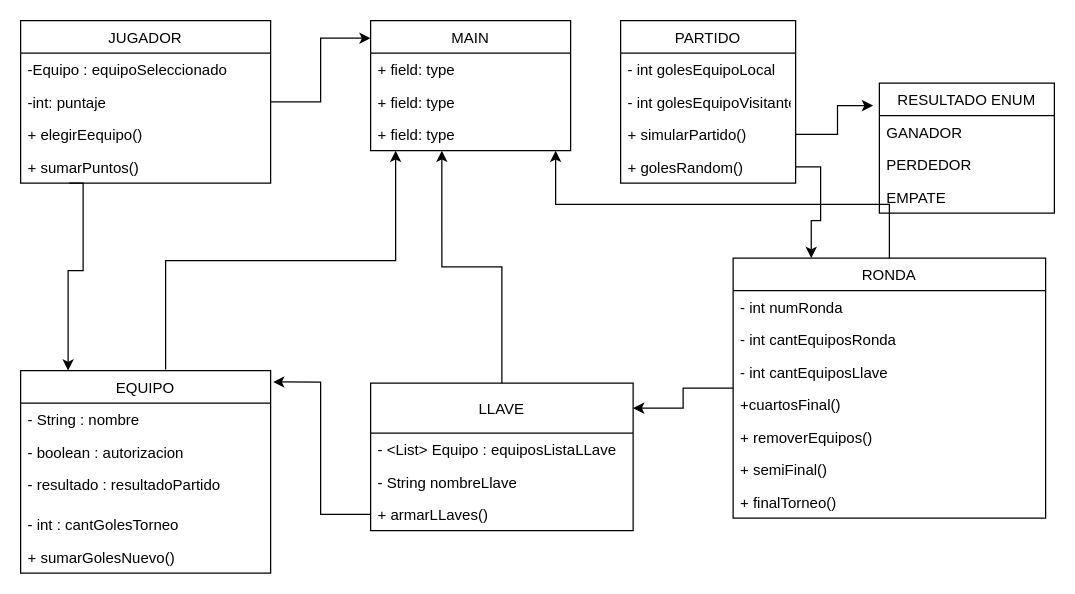
Before: utn integrador/utnIntegrador.drawio in Aubar48/proyectoIntegradorUtn, a draw.io diagram. Source tidied: cells renumbered, new cells numbered last; positions are measured from the earlier drawing's top-left corner, leaving out a move shared by most shapes. Both pictures are drawn from the tidied source at 125%, with x=0, y=0 at pixel (20, 20).
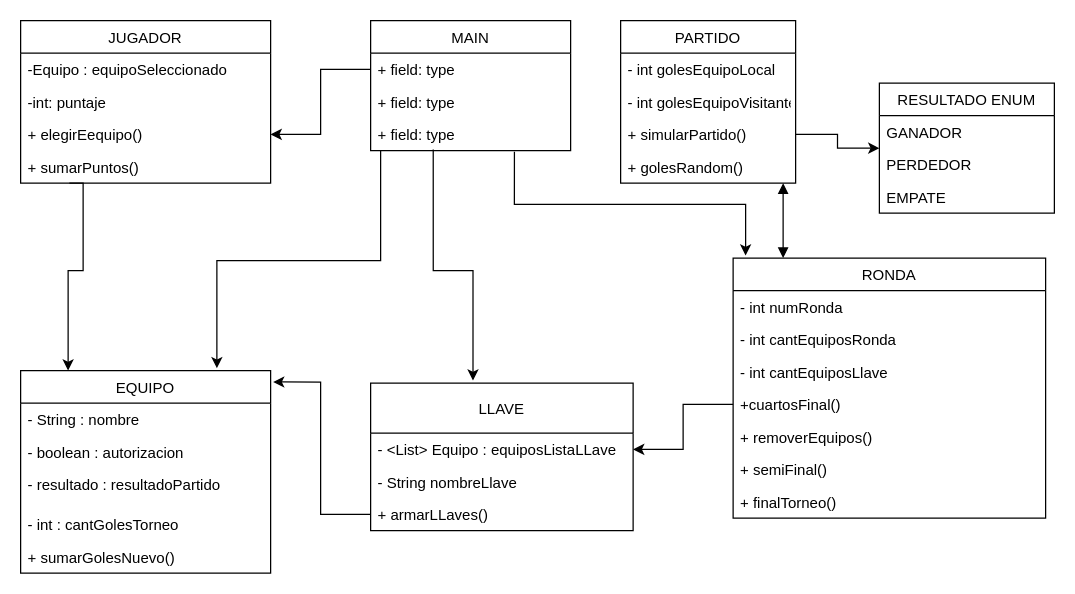
Above is the later version.

The change refers to these unchanged cells:
```xml
<mxCell id="5" value="+ simularPartido()" style="text;strokeColor=none;fillColor=none;align=left;verticalAlign=top;spacingLeft=4;spacingRight=4;overflow=hidden;points=[[0,0.5],[1,0.5]];portConstraint=eastwest;" parent="2" vertex="1">
  <mxGeometry y="78" width="140" height="26" as="geometry" />
</mxCell>
<mxCell id="6" value="+ golesRandom()" style="text;strokeColor=none;fillColor=none;align=left;verticalAlign=top;spacingLeft=4;spacingRight=4;overflow=hidden;points=[[0,0.5],[1,0.5]];portConstraint=eastwest;" parent="2" vertex="1">
  <mxGeometry y="104" width="140" height="26" as="geometry" />
</mxCell>
<mxCell id="7" value="MAIN" style="swimlane;fontStyle=0;horizontal=1;startSize=26;fillColor=none;" parent="1" vertex="1">
  <mxGeometry x="280" width="160" height="104" as="geometry" />
</mxCell>
<mxCell id="8" value="+ field: type" style="text;strokeColor=none;fillColor=none;align=left;verticalAlign=top;spacingLeft=4;spacingRight=4;overflow=hidden;points=[[0,0.5],[1,0.5]];portConstraint=eastwest;" parent="7" vertex="1">
  <mxGeometry y="26" width="160" height="26" as="geometry" />
</mxCell>
<mxCell id="10" value="+ field: type" style="text;strokeColor=none;fillColor=none;align=left;verticalAlign=top;spacingLeft=4;spacingRight=4;overflow=hidden;points=[[0,0.5],[1,0.5]];portConstraint=eastwest;" parent="7" vertex="1">
  <mxGeometry y="78" width="160" height="26" as="geometry" />
</mxCell>
<mxCell id="12" value="LLAVE" style="swimlane;fontStyle=0;horizontal=1;startSize=40;fillColor=none;" parent="1" vertex="1">
  <mxGeometry x="280" y="290" width="210" height="118" as="geometry" />
</mxCell>
<mxCell id="13" value="- &lt;List&gt; Equipo : equiposListaLLave" style="text;strokeColor=none;fillColor=none;align=left;verticalAlign=top;spacingLeft=4;spacingRight=4;overflow=hidden;points=[[0,0.5],[1,0.5]];portConstraint=eastwest;" parent="12" vertex="1">
  <mxGeometry y="40" width="210" height="26" as="geometry" />
</mxCell>
<mxCell id="18" value="RONDA" style="swimlane;fontStyle=0;horizontal=1;startSize=26;fillColor=none;" parent="1" vertex="1">
  <mxGeometry x="570" y="190" width="250" height="208" as="geometry" />
</mxCell>
<mxCell id="22" value="+cuartosFinal()" style="text;strokeColor=none;fillColor=none;align=left;verticalAlign=top;spacingLeft=4;spacingRight=4;overflow=hidden;points=[[0,0.5],[1,0.5]];portConstraint=eastwest;" parent="18" vertex="1">
  <mxGeometry y="104" width="250" height="26" as="geometry" />
</mxCell>
<mxCell id="26" value="RESULTADO ENUM" style="swimlane;fontStyle=0;horizontal=1;startSize=26;fillColor=none;" parent="1" vertex="1">
  <mxGeometry x="687" y="50" width="140" height="104" as="geometry" />
</mxCell>
<mxCell id="32" value="-int: puntaje" style="text;strokeColor=none;fillColor=none;align=left;verticalAlign=top;spacingLeft=4;spacingRight=4;overflow=hidden;points=[[0,0.5],[1,0.5]];portConstraint=eastwest;" parent="30" vertex="1">
  <mxGeometry y="52" width="200" height="26" as="geometry" />
</mxCell>
<mxCell id="33" value="+ elegirEequipo()" style="text;strokeColor=none;fillColor=none;align=left;verticalAlign=top;spacingLeft=4;spacingRight=4;overflow=hidden;points=[[0,0.5],[1,0.5]];portConstraint=eastwest;" parent="30" vertex="1">
  <mxGeometry y="78" width="200" height="26" as="geometry" />
</mxCell>
<mxCell id="36" value="EQUIPO" style="swimlane;fontStyle=0;horizontal=1;startSize=26;fillColor=none;" parent="1" vertex="1">
  <mxGeometry y="280" width="200" height="162" as="geometry" />
</mxCell>
```

Change to the diagram source:
```diff
@@
+    <mxCell id="47" style="edgeStyle=orthogonalEdgeStyle;rounded=0;jettySize=auto;html=1;entryX=0.785;entryY=-0.012;entryDx=0;entryDy=0;entryPerimeter=0;exitX=0.05;exitY=1;exitDx=0;exitDy=0;exitPerimeter=0;" parent="1" edge="1" source="10" target="36">
+      <mxGeometry relative="1" as="geometry" />
+    </mxCell>
@@
-    <mxCell id="11" style="edgeStyle=orthogonalEdgeStyle;rounded=0;jettySize=auto;html=1;entryX=0.356;entryY=1;entryDx=0;entryDy=0;entryPerimeter=0;" parent="1" edge="1" source="12" target="10">
-      <mxGeometry relative="1" as="geometry" />
-    </mxCell>
@@
-    <mxCell id="16" style="edgeStyle=orthogonalEdgeStyle;rounded=0;jettySize=auto;html=1;entryX=0.925;entryY=1;entryDx=0;entryDy=0;entryPerimeter=0;" parent="1" edge="1" source="18" target="10">
-      <mxGeometry relative="1" as="geometry" />
-    </mxCell>
-    <mxCell id="17" style="edgeStyle=orthogonalEdgeStyle;rounded=0;jettySize=auto;html=1;" parent="1" edge="1" source="18" target="12">
-      <mxGeometry relative="1" as="geometry">
-        <Array as="points">
-          <mxPoint x="530" y="294" />
-          <mxPoint x="530" y="310" />
-        </Array>
-      </mxGeometry>
-    </mxCell>
@@
-    <mxCell id="35" style="edgeStyle=orthogonalEdgeStyle;rounded=0;jettySize=auto;html=1;entryX=0.125;entryY=1;entryDx=0;entryDy=0;entryPerimeter=0;exitX=0.58;exitY=-0.006;exitDx=0;exitDy=0;exitPerimeter=0;" parent="1" edge="1" source="36" target="10">
-      <mxGeometry relative="1" as="geometry" />
-    </mxCell>
@@
-    <mxCell id="42" style="edgeStyle=orthogonalEdgeStyle;rounded=0;jettySize=auto;html=1;entryX=0;entryY=0.135;entryDx=0;entryDy=0;entryPerimeter=0;" parent="1" edge="1" source="32" target="7">
-      <mxGeometry relative="1" as="geometry" />
-    </mxCell>
@@
-    <mxCell id="44" style="edgeStyle=orthogonalEdgeStyle;rounded=0;jettySize=auto;html=1;entryX=-0.036;entryY=0.173;entryDx=0;entryDy=0;entryPerimeter=0;" parent="1" edge="1" source="5" target="26">
+    <mxCell id="44" style="edgeStyle=orthogonalEdgeStyle;rounded=0;jettySize=auto;html=1;" parent="1" edge="1" source="5" target="26">
       <mxGeometry relative="1" as="geometry" />
     </mxCell>
@@
-    <mxCell id="46" style="edgeStyle=orthogonalEdgeStyle;rounded=0;jettySize=auto;html=1;entryX=0.25;entryY=0;entryDx=0;entryDy=0;" parent="1" edge="1" source="6" target="18">
-      <mxGeometry relative="1" as="geometry" />
-    </mxCell>
+    <mxCell id="48" style="edgeStyle=orthogonalEdgeStyle;rounded=0;jettySize=auto;html=1;" parent="1" edge="1" source="22" target="13">
+      <mxGeometry relative="1" as="geometry" />
+    </mxCell>
+    <mxCell id="49" style="edgeStyle=orthogonalEdgeStyle;rounded=0;jettySize=auto;html=1;" parent="1" edge="1" source="8" target="33">
+      <mxGeometry relative="1" as="geometry" />
+    </mxCell>
+    <mxCell id="50" style="edgeStyle=orthogonalEdgeStyle;rounded=0;jettySize=auto;html=1;entryX=0.04;entryY=-0.01;entryDx=0;entryDy=0;entryPerimeter=0;exitX=0.719;exitY=1.038;exitDx=0;exitDy=0;exitPerimeter=0;" parent="1" edge="1" source="10" target="18">
+      <mxGeometry relative="1" as="geometry" />
+    </mxCell>
+    <mxCell id="51" style="edgeStyle=orthogonalEdgeStyle;rounded=0;jettySize=auto;html=1;entryX=0.39;entryY=-0.017;entryDx=0;entryDy=0;entryPerimeter=0;exitX=0.313;exitY=0.962;exitDx=0;exitDy=0;exitPerimeter=0;" parent="1" edge="1" source="10" target="12">
+      <mxGeometry relative="1" as="geometry">
+        <Array as="points">
+          <mxPoint x="330" y="200" />
+          <mxPoint x="362" y="200" />
+        </Array>
+      </mxGeometry>
+    </mxCell>
+    <mxCell id="52" style="endArrow=block;startArrow=block;endFill=1;startFill=1;html=1;rounded=0;" parent="1" edge="1">
+      <mxGeometry relative="1" as="geometry">
+        <mxPoint x="610" y="130" as="sourcePoint" />
+        <mxPoint x="610" y="190" as="targetPoint" />
+        <Array as="points">
+          <mxPoint x="610" y="160" />
+        </Array>
+      </mxGeometry>
+    </mxCell>
```
